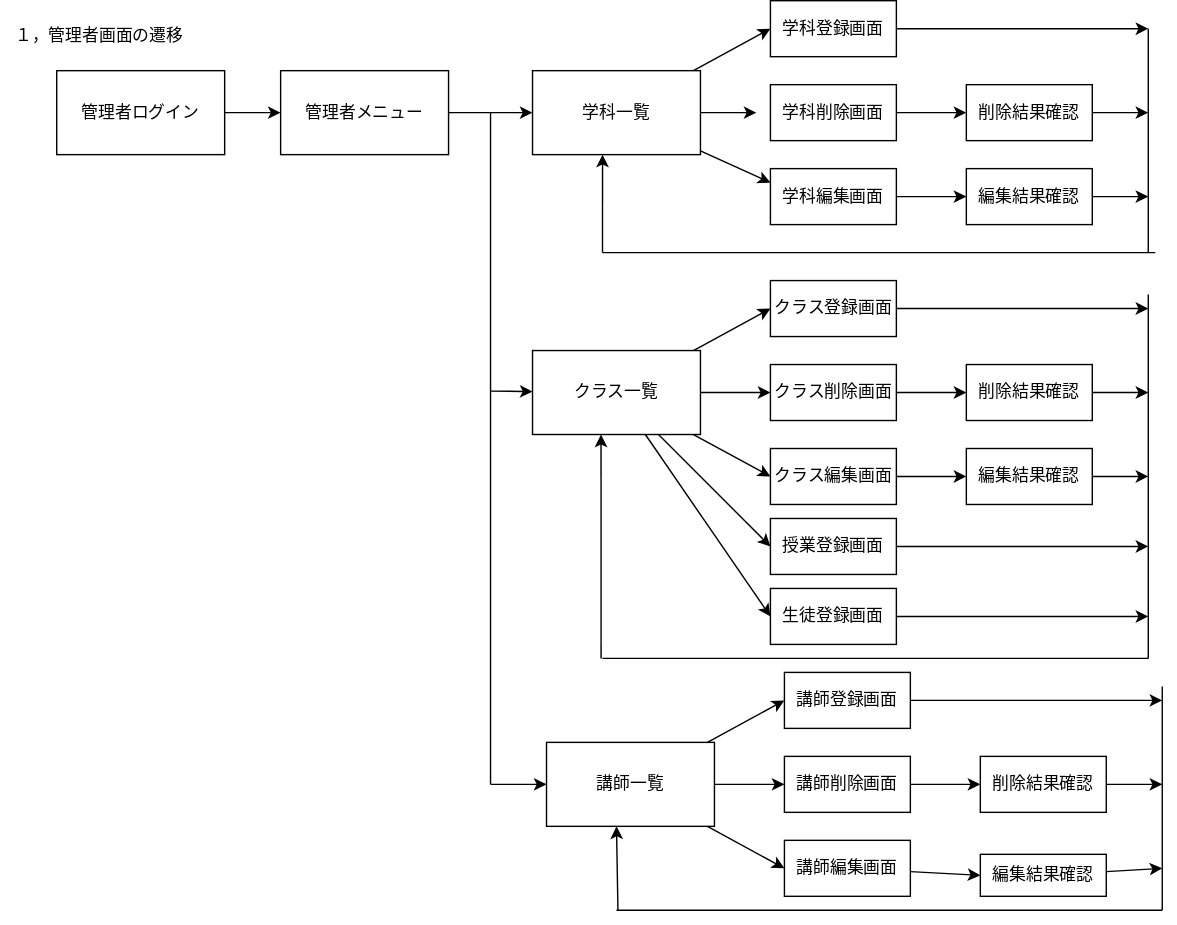
Before: teamG3.drawio.svg, a diagram exported from draw.io (Skypeace8585/uml-introduction). Source tidied: cells renumbered, new cells last; positions are measured from the earlier drawing's top-left corner, leaving out a move shared by most shapes.
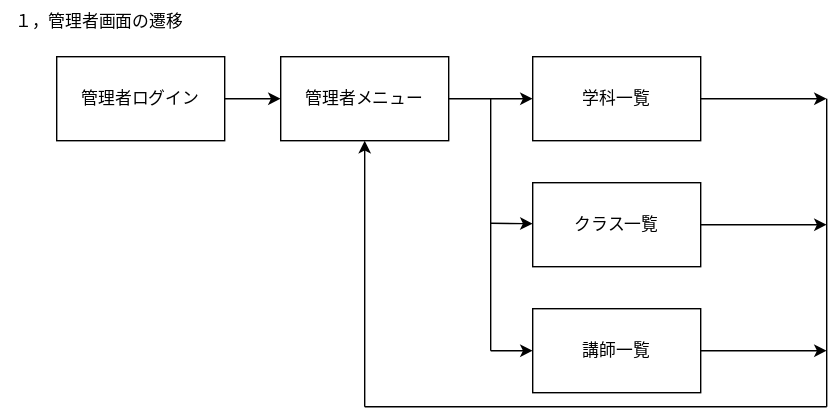
The same diagram one commit later.

Diff of the diagram source:
```diff
@@ -17,245 +17,63 @@
     <mxCell id="6" value="管理者メニュー" style="rounded=0;whiteSpace=wrap;html=1;" parent="1" vertex="1">
       <mxGeometry x="200" y="50" width="120" height="60" as="geometry" />
     </mxCell>
-    <mxCell id="7" style="edgeStyle=none;html=1;entryX=0;entryY=0.5;entryDx=0;entryDy=0;" parent="1" edge="1" source="10" target="26">
-      <mxGeometry relative="1" as="geometry" />
-    </mxCell>
-    <mxCell id="8" style="edgeStyle=none;html=1;" parent="1" edge="1" source="10">
-      <mxGeometry relative="1" as="geometry">
-        <mxPoint x="540" y="80" as="targetPoint" />
-      </mxGeometry>
-    </mxCell>
-    <mxCell id="9" style="edgeStyle=none;html=1;entryX=0;entryY=0.25;entryDx=0;entryDy=0;" parent="1" edge="1" source="10" target="22">
-      <mxGeometry relative="1" as="geometry" />
-    </mxCell>
+    <mxCell id="67" style="edgeStyle=none;html=1;" parent="1" edge="1" source="10">
+      <mxGeometry relative="1" as="geometry">
+        <mxPoint x="590" y="80" as="targetPoint" />
+      </mxGeometry>
+    </mxCell>
     <mxCell id="10" value="学科一覧" style="rounded=0;whiteSpace=wrap;html=1;" parent="1" vertex="1">
       <mxGeometry x="380" y="50" width="120" height="60" as="geometry" />
     </mxCell>
-    <mxCell id="11" style="edgeStyle=none;html=1;entryX=0;entryY=0.5;entryDx=0;entryDy=0;" parent="1" edge="1" source="14" target="42">
-      <mxGeometry relative="1" as="geometry" />
-    </mxCell>
-    <mxCell id="12" style="edgeStyle=none;html=1;entryX=0;entryY=0.5;entryDx=0;entryDy=0;" parent="1" edge="1" source="14" target="44">
-      <mxGeometry relative="1" as="geometry" />
-    </mxCell>
-    <mxCell id="13" style="edgeStyle=none;html=1;entryX=0;entryY=0.5;entryDx=0;entryDy=0;" parent="1" edge="1" source="14" target="46">
-      <mxGeometry relative="1" as="geometry" />
-    </mxCell>
+    <mxCell id="68" style="edgeStyle=none;html=1;" parent="1" edge="1" source="14">
+      <mxGeometry relative="1" as="geometry">
+        <mxPoint x="590" y="260" as="targetPoint" />
+      </mxGeometry>
+    </mxCell>
     <mxCell id="14" value="講師一覧" style="rounded=0;whiteSpace=wrap;html=1;" parent="1" vertex="1">
-      <mxGeometry x="390" y="530" width="120" height="60" as="geometry" />
+      <mxGeometry x="380" y="230" width="120" height="60" as="geometry" />
     </mxCell>
-    <mxCell id="15" style="edgeStyle=none;html=1;entryX=0;entryY=0.5;entryDx=0;entryDy=0;" parent="1" edge="1" source="20" target="36">
-      <mxGeometry relative="1" as="geometry" />
-    </mxCell>
-    <mxCell id="16" style="edgeStyle=none;html=1;entryX=0;entryY=0.5;entryDx=0;entryDy=0;" parent="1" edge="1" source="20" target="32">
-      <mxGeometry relative="1" as="geometry" />
-    </mxCell>
-    <mxCell id="17" style="edgeStyle=none;html=1;entryX=0;entryY=0.5;entryDx=0;entryDy=0;" parent="1" edge="1" source="20" target="34">
-      <mxGeometry relative="1" as="geometry" />
-    </mxCell>
-    <mxCell id="18" style="edgeStyle=none;html=1;entryX=0;entryY=0.5;entryDx=0;entryDy=0;" parent="1" edge="1" source="20" target="64">
-      <mxGeometry relative="1" as="geometry" />
-    </mxCell>
-    <mxCell id="19" style="edgeStyle=none;html=1;entryX=0;entryY=0.5;entryDx=0;entryDy=0;" parent="1" edge="1" source="20" target="66">
-      <mxGeometry relative="1" as="geometry" />
-    </mxCell>
+    <mxCell id="69" style="edgeStyle=none;html=1;" parent="1" edge="1" source="20">
+      <mxGeometry relative="1" as="geometry">
+        <mxPoint x="590" y="170" as="targetPoint" />
+      </mxGeometry>
+    </mxCell>
     <mxCell id="20" value="クラス一覧" style="rounded=0;whiteSpace=wrap;html=1;" parent="1" vertex="1">
-      <mxGeometry x="380" y="250" width="120" height="60" as="geometry" />
+      <mxGeometry x="380" y="140" width="120" height="60" as="geometry" />
     </mxCell>
-    <mxCell id="21" style="edgeStyle=none;html=1;entryX=0;entryY=0.5;entryDx=0;entryDy=0;" parent="1" edge="1" source="22" target="30">
-      <mxGeometry relative="1" as="geometry" />
-    </mxCell>
-    <mxCell id="22" value="学科編集画面" style="rounded=0;whiteSpace=wrap;html=1;" parent="1" vertex="1">
-      <mxGeometry x="550" y="120" width="90" height="40" as="geometry" />
-    </mxCell>
-    <mxCell id="23" style="edgeStyle=none;html=1;entryX=0;entryY=0.5;entryDx=0;entryDy=0;" parent="1" edge="1" source="24" target="28">
-      <mxGeometry relative="1" as="geometry" />
-    </mxCell>
-    <mxCell id="24" value="学科削除画面" style="rounded=0;whiteSpace=wrap;html=1;" parent="1" vertex="1">
-      <mxGeometry x="550" y="60" width="90" height="40" as="geometry" />
-    </mxCell>
-    <mxCell id="25" style="edgeStyle=none;html=1;" parent="1" edge="1" source="26">
-      <mxGeometry relative="1" as="geometry">
-        <mxPoint x="820" y="20" as="targetPoint" />
-      </mxGeometry>
-    </mxCell>
-    <mxCell id="26" value="学科登録画面　" style="rounded=0;whiteSpace=wrap;html=1;" parent="1" vertex="1">
-      <mxGeometry x="550" width="90" height="40" as="geometry" />
-    </mxCell>
-    <mxCell id="27" style="edgeStyle=none;html=1;" parent="1" edge="1" source="28">
-      <mxGeometry relative="1" as="geometry">
-        <mxPoint x="820" y="80" as="targetPoint" />
-      </mxGeometry>
-    </mxCell>
-    <mxCell id="28" value="削除結果確認" style="rounded=0;whiteSpace=wrap;html=1;" parent="1" vertex="1">
-      <mxGeometry x="690" y="60" width="90" height="40" as="geometry" />
-    </mxCell>
-    <mxCell id="29" style="edgeStyle=none;html=1;" parent="1" edge="1" source="30">
-      <mxGeometry relative="1" as="geometry">
-        <mxPoint x="820" y="140" as="targetPoint" />
-      </mxGeometry>
-    </mxCell>
-    <mxCell id="30" value="編集結果確認" style="rounded=0;whiteSpace=wrap;html=1;" parent="1" vertex="1">
-      <mxGeometry x="690" y="120" width="90" height="40" as="geometry" />
-    </mxCell>
-    <mxCell id="31" style="edgeStyle=none;html=1;entryX=0;entryY=0.5;entryDx=0;entryDy=0;" parent="1" edge="1" source="32" target="38">
-      <mxGeometry relative="1" as="geometry" />
-    </mxCell>
-    <mxCell id="32" value="クラス削除画面" style="rounded=0;whiteSpace=wrap;html=1;" parent="1" vertex="1">
-      <mxGeometry x="550" y="260" width="90" height="40" as="geometry" />
-    </mxCell>
-    <mxCell id="33" style="edgeStyle=none;html=1;entryX=0;entryY=0.5;entryDx=0;entryDy=0;" parent="1" edge="1" source="34" target="40">
-      <mxGeometry relative="1" as="geometry" />
-    </mxCell>
-    <mxCell id="34" value="クラス編集画面" style="rounded=0;whiteSpace=wrap;html=1;" parent="1" vertex="1">
-      <mxGeometry x="550" y="320" width="90" height="40" as="geometry" />
-    </mxCell>
-    <mxCell id="35" style="edgeStyle=none;html=1;" parent="1" edge="1" source="36">
-      <mxGeometry relative="1" as="geometry">
-        <mxPoint x="820" y="220" as="targetPoint" />
-      </mxGeometry>
-    </mxCell>
-    <mxCell id="36" value="クラス登録画面　" style="rounded=0;whiteSpace=wrap;html=1;" parent="1" vertex="1">
-      <mxGeometry x="550" y="200" width="90" height="40" as="geometry" />
-    </mxCell>
-    <mxCell id="37" style="edgeStyle=none;html=1;" parent="1" edge="1" source="38">
-      <mxGeometry relative="1" as="geometry">
-        <mxPoint x="820" y="280" as="targetPoint" />
-      </mxGeometry>
-    </mxCell>
-    <mxCell id="38" value="削除結果確認" style="rounded=0;whiteSpace=wrap;html=1;" parent="1" vertex="1">
-      <mxGeometry x="690" y="260" width="90" height="40" as="geometry" />
-    </mxCell>
-    <mxCell id="39" style="edgeStyle=none;html=1;" parent="1" edge="1" source="40">
-      <mxGeometry relative="1" as="geometry">
-        <mxPoint x="820" y="340" as="targetPoint" />
-      </mxGeometry>
-    </mxCell>
-    <mxCell id="40" value="編集結果確認" style="rounded=0;whiteSpace=wrap;html=1;" parent="1" vertex="1">
-      <mxGeometry x="690" y="320" width="90" height="40" as="geometry" />
-    </mxCell>
-    <mxCell id="41" style="edgeStyle=none;html=1;" parent="1" edge="1" source="42">
-      <mxGeometry relative="1" as="geometry">
-        <mxPoint x="830" y="500" as="targetPoint" />
-      </mxGeometry>
-    </mxCell>
-    <mxCell id="42" value="講師登録画面　" style="rounded=0;whiteSpace=wrap;html=1;" parent="1" vertex="1">
-      <mxGeometry x="560" y="480" width="90" height="40" as="geometry" />
-    </mxCell>
-    <mxCell id="43" style="edgeStyle=none;html=1;entryX=0;entryY=0.5;entryDx=0;entryDy=0;" parent="1" edge="1" source="44" target="48">
-      <mxGeometry relative="1" as="geometry" />
-    </mxCell>
-    <mxCell id="44" value="講師削除画面　" style="rounded=0;whiteSpace=wrap;html=1;" parent="1" vertex="1">
-      <mxGeometry x="560" y="540" width="90" height="40" as="geometry" />
-    </mxCell>
-    <mxCell id="45" style="edgeStyle=none;html=1;entryX=0;entryY=0.5;entryDx=0;entryDy=0;" parent="1" edge="1" source="46" target="50">
-      <mxGeometry relative="1" as="geometry" />
-    </mxCell>
-    <mxCell id="46" value="講師編集画面　" style="rounded=0;whiteSpace=wrap;html=1;" parent="1" vertex="1">
-      <mxGeometry x="560" y="600" width="90" height="40" as="geometry" />
-    </mxCell>
-    <mxCell id="47" style="edgeStyle=none;html=1;" parent="1" edge="1" source="48">
-      <mxGeometry relative="1" as="geometry">
-        <mxPoint x="830" y="560" as="targetPoint" />
-      </mxGeometry>
-    </mxCell>
-    <mxCell id="48" value="削除結果確認　" style="rounded=0;whiteSpace=wrap;html=1;" parent="1" vertex="1">
-      <mxGeometry x="700" y="540" width="90" height="40" as="geometry" />
-    </mxCell>
-    <mxCell id="49" style="edgeStyle=none;html=1;" parent="1" edge="1" source="50">
-      <mxGeometry relative="1" as="geometry">
-        <mxPoint x="830" y="620" as="targetPoint" />
-      </mxGeometry>
-    </mxCell>
-    <mxCell id="50" value="編集結果確認" style="rounded=0;whiteSpace=wrap;html=1;" parent="1" vertex="1">
-      <mxGeometry x="700" y="610" width="90" height="30" as="geometry" />
-    </mxCell>
-    <mxCell id="51" style="endArrow=none;html=1;" parent="1" edge="1">
-      <mxGeometry relative="1" as="geometry">
-        <mxPoint x="820" y="180" as="sourcePoint" />
-        <mxPoint x="820" y="20" as="targetPoint" />
-      </mxGeometry>
-    </mxCell>
-    <mxCell id="52" style="endArrow=none;html=1;" parent="1" edge="1">
-      <mxGeometry relative="1" as="geometry">
-        <mxPoint x="430" y="180" as="sourcePoint" />
-        <mxPoint x="825" y="180" as="targetPoint" />
-      </mxGeometry>
-    </mxCell>
-    <mxCell id="53" style="endArrow=classic;html=1;entryX=0.417;entryY=1;entryDx=0;entryDy=0;entryPerimeter=0;" parent="1" edge="1" target="10">
-      <mxGeometry relative="1" as="geometry">
-        <mxPoint x="430" y="180" as="sourcePoint" />
-        <Array as="points">
-          <mxPoint x="430" y="180" />
-        </Array>
-      </mxGeometry>
-    </mxCell>
     <mxCell id="54" style="endArrow=none;html=1;" parent="1" edge="1">
       <mxGeometry relative="1" as="geometry">
-        <mxPoint x="350" y="560" as="sourcePoint" />
+        <mxPoint x="350" y="260" as="sourcePoint" />
         <mxPoint x="350" y="80" as="targetPoint" />
       </mxGeometry>
     </mxCell>
     <mxCell id="55" style="endArrow=classic;html=1;" parent="1" edge="1">
       <mxGeometry relative="1" as="geometry">
-        <mxPoint x="350" y="279" as="sourcePoint" />
-        <mxPoint x="380" y="279.3" as="targetPoint" />
+        <mxPoint x="350" y="169" as="sourcePoint" />
+        <mxPoint x="380" y="169.3" as="targetPoint" />
       </mxGeometry>
     </mxCell>
-    <mxCell id="56" style="endArrow=none;html=1;" parent="1" edge="1">
-      <mxGeometry relative="1" as="geometry">
-        <mxPoint x="820" y="470" as="sourcePoint" />
-        <mxPoint x="820" y="210" as="targetPoint" />
-      </mxGeometry>
-    </mxCell>
-    <mxCell id="57" style="endArrow=none;html=1;" parent="1" edge="1">
-      <mxGeometry relative="1" as="geometry">
-        <mxPoint x="430" y="470" as="sourcePoint" />
-        <mxPoint x="820" y="470" as="targetPoint" />
-      </mxGeometry>
-    </mxCell>
-    <mxCell id="58" style="endArrow=classic;html=1;entryX=0.408;entryY=1.001;entryDx=0;entryDy=0;entryPerimeter=0;" parent="1" edge="1" target="20">
-      <mxGeometry relative="1" as="geometry">
-        <mxPoint x="429" y="470" as="sourcePoint" />
-      </mxGeometry>
-    </mxCell>
-    <mxCell id="59" style="endArrow=none;html=1;" parent="1" edge="1">
-      <mxGeometry relative="1" as="geometry">
-        <mxPoint x="830" y="650" as="sourcePoint" />
-        <mxPoint x="830" y="490" as="targetPoint" />
-      </mxGeometry>
-    </mxCell>
-    <mxCell id="60" style="endArrow=none;html=1;" parent="1" edge="1">
-      <mxGeometry relative="1" as="geometry">
-        <mxPoint x="440" y="650" as="sourcePoint" />
-        <mxPoint x="830" y="650" as="targetPoint" />
-      </mxGeometry>
-    </mxCell>
-    <mxCell id="61" style="endArrow=classic;html=1;entryX=0.408;entryY=1.001;entryDx=0;entryDy=0;entryPerimeter=0;" parent="1" edge="1">
-      <mxGeometry relative="1" as="geometry">
-        <mxPoint x="441" y="649.9" as="sourcePoint" />
-        <mxPoint x="440" y="590" as="targetPoint" />
-      </mxGeometry>
-    </mxCell>
     <mxCell id="62" style="endArrow=classic;html=1;entryX=0;entryY=0.5;entryDx=0;entryDy=0;" parent="1" edge="1" target="14">
       <mxGeometry relative="1" as="geometry">
-        <mxPoint x="350" y="560" as="sourcePoint" />
+        <mxPoint x="350" y="260" as="sourcePoint" />
       </mxGeometry>
     </mxCell>
-    <mxCell id="63" style="edgeStyle=none;html=1;" parent="1" edge="1" source="64">
-      <mxGeometry relative="1" as="geometry">
-        <mxPoint x="820" y="390" as="targetPoint" />
-      </mxGeometry>
-    </mxCell>
-    <mxCell id="64" value="授業登録画面　" style="rounded=0;whiteSpace=wrap;html=1;" parent="1" vertex="1">
-      <mxGeometry x="550" y="370" width="90" height="40" as="geometry" />
-    </mxCell>
-    <mxCell id="65" style="edgeStyle=none;html=1;" parent="1" edge="1" source="66">
-      <mxGeometry relative="1" as="geometry">
-        <mxPoint x="820" y="440" as="targetPoint" />
-      </mxGeometry>
-    </mxCell>
-    <mxCell id="66" value="生徒登録画面　" style="rounded=0;whiteSpace=wrap;html=1;" parent="1" vertex="1">
-      <mxGeometry x="550" y="420" width="90" height="40" as="geometry" />
-    </mxCell>
+    <mxCell id="70" style="endArrow=none;html=1;" parent="1" edge="1">
+      <mxGeometry relative="1" as="geometry">
+        <mxPoint x="590" y="80" as="sourcePoint" />
+        <mxPoint x="590" y="300" as="targetPoint" />
+      </mxGeometry>
+    </mxCell>
+    <mxCell id="71" style="endArrow=none;html=1;" parent="1" edge="1">
+      <mxGeometry relative="1" as="geometry">
+        <mxPoint x="260" y="300" as="sourcePoint" />
+        <mxPoint x="590" y="300" as="targetPoint" />
+      </mxGeometry>
+    </mxCell>
+    <mxCell id="72" style="endArrow=classic;html=1;entryX=0.5;entryY=1;entryDx=0;entryDy=0;" parent="1" edge="1" target="6">
+      <mxGeometry relative="1" as="geometry">
+        <mxPoint x="260" y="300" as="sourcePoint" />
+      </mxGeometry>
+    </mxCell>
   </root>
 </mxGraphModel>
```
